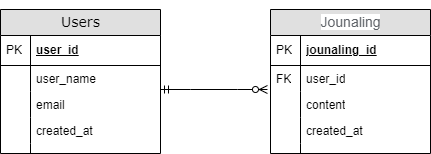
Above: documents/DB.drawio.png in MatsudaSaku/MoodTune (draw.io), before the change. Source tidied: cells renumbered, new cells last; positions are measured from the earlier drawing's top-left corner, leaving out a move shared by most shapes.
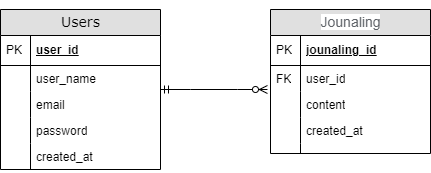
After the change.

Commit message:
DB.drawio.png を追加しました。

Diff of the diagram source:
```diff
@@ -36,7 +36,7 @@
       <mxGeometry width="30" height="10" as="geometry" />
     </mxCell>
     <mxCell id="13" value="Users" style="swimlane;html=1;fontStyle=0;horizontal=1;startSize=26;fillColor=#e0e0e0;swimlaneFillColor=none;align=center;rounded=0;shadow=0;comic=0;labelBackgroundColor=none;strokeWidth=1;fontFamily=Verdana;fontSize=14;" parent="1" vertex="1">
-      <mxGeometry width="160" height="144" as="geometry" />
+      <mxGeometry width="160" height="160" as="geometry" />
     </mxCell>
     <mxCell id="14" value="user_id" style="shape=partialRectangle;top=0;left=0;right=0;bottom=1;html=1;align=left;verticalAlign=middle;fillColor=none;spacingLeft=34;spacingRight=4;whiteSpace=wrap;overflow=hidden;fontStyle=5;" parent="13" vertex="1">
       <mxGeometry y="26" width="160" height="30" as="geometry" />
@@ -56,17 +56,17 @@
     <mxCell id="19" style="shape=partialRectangle;top=0;left=0;bottom=0;html=1;fillColor=none;align=left;verticalAlign=top;spacingLeft=4;spacingRight=4;whiteSpace=wrap;overflow=hidden;" parent="18" vertex="1">
       <mxGeometry width="30" height="26" as="geometry" />
     </mxCell>
-    <mxCell id="20" value="created_at" style="shape=partialRectangle;top=0;left=0;right=0;bottom=0;html=1;align=left;verticalAlign=top;fillColor=none;spacingLeft=34;spacingRight=4;whiteSpace=wrap;overflow=hidden;" parent="13" vertex="1">
+    <mxCell id="20" value="password" style="shape=partialRectangle;top=0;left=0;right=0;bottom=0;html=1;align=left;verticalAlign=top;fillColor=none;spacingLeft=34;spacingRight=4;whiteSpace=wrap;overflow=hidden;" parent="13" vertex="1">
       <mxGeometry y="108" width="160" height="26" as="geometry" />
     </mxCell>
     <mxCell id="21" style="shape=partialRectangle;top=0;left=0;bottom=0;html=1;fillColor=none;align=left;verticalAlign=top;spacingLeft=4;spacingRight=4;whiteSpace=wrap;overflow=hidden;" parent="20" vertex="1">
       <mxGeometry width="30" height="26" as="geometry" />
     </mxCell>
-    <mxCell id="22" style="shape=partialRectangle;top=0;left=0;right=0;bottom=0;html=1;align=left;verticalAlign=top;fillColor=none;spacingLeft=34;spacingRight=4;whiteSpace=wrap;overflow=hidden;" parent="13" vertex="1">
-      <mxGeometry y="134" width="160" height="10" as="geometry" />
+    <mxCell id="22" value="created_at" style="shape=partialRectangle;top=0;left=0;right=0;bottom=0;html=1;align=left;verticalAlign=top;fillColor=none;spacingLeft=34;spacingRight=4;whiteSpace=wrap;overflow=hidden;" parent="13" vertex="1">
+      <mxGeometry y="134" width="160" height="26" as="geometry" />
     </mxCell>
     <mxCell id="23" style="shape=partialRectangle;top=0;left=0;bottom=0;html=1;fillColor=none;align=left;verticalAlign=top;spacingLeft=4;spacingRight=4;whiteSpace=wrap;overflow=hidden;" parent="22" vertex="1">
-      <mxGeometry width="30" height="10" as="geometry" />
+      <mxGeometry width="30" height="26" as="geometry" />
     </mxCell>
     <mxCell id="24" style="edgeStyle=entityRelationEdgeStyle;fontSize=12;html=1;endArrow=ERzeroToMany;startArrow=ERmandOne;rounded=0;entryX=-0.019;entryY=0.923;entryDx=0;entryDy=0;entryPerimeter=0;" parent="1" edge="1" target="5">
       <mxGeometry relative="1" as="geometry">
```
